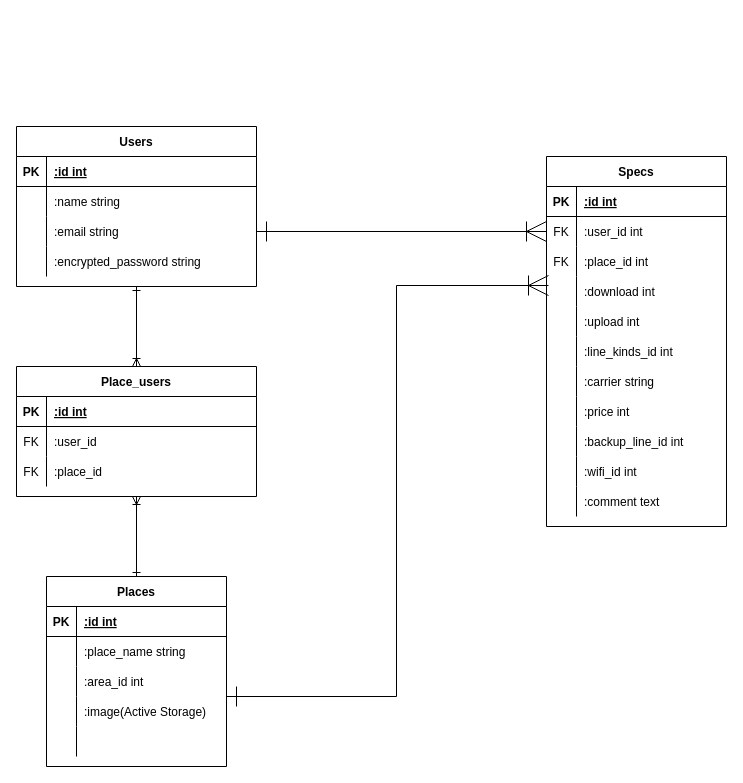
The draw.io diagram ER.dio in Kurikoko/evels-review, before the edit. Source tidied: cells renumbered, new cells numbered last; positions are measured from the earlier drawing's top-left corner, leaving out a move shared by most shapes. Both pictures are drawn from the tidied source at 100%, with x=0, y=0 at pixel (16, 126).
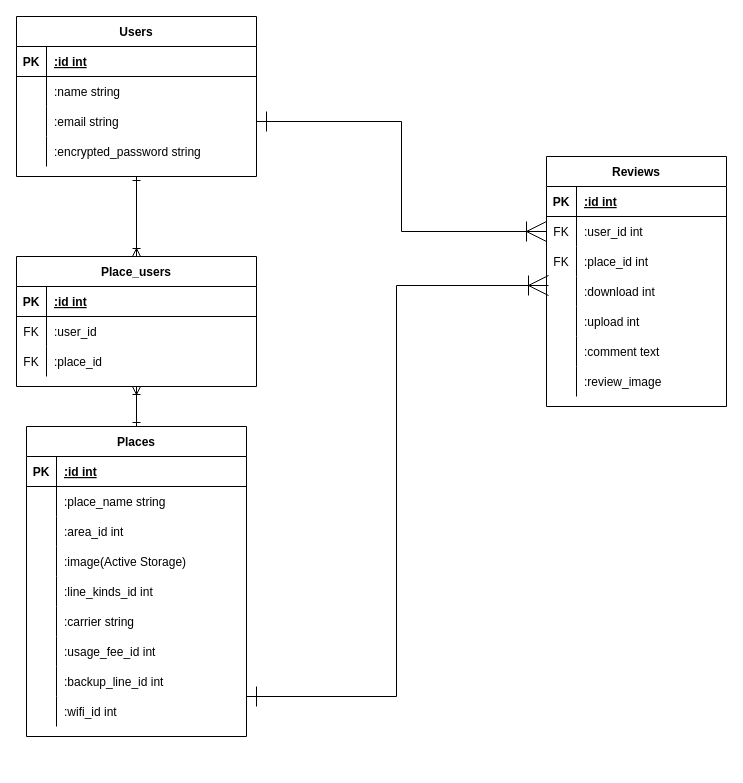
The same page after the edit.

The edit, as a diff of the source:
```diff
@@
     <mxCell id="2" value="Users" style="shape=table;startSize=30;childLayout=tableLayout;rowLines=0;fontStyle=1;align=center;" parent="1" vertex="1">
-      <mxGeometry width="240" height="160" as="geometry" />
+      <mxGeometry y="-110" width="240" height="160" as="geometry" />
     </mxCell>
@@
-    <mxCell id="15" value="Specs" style="shape=table;startSize=30;childLayout=tableLayout;rowLines=0;fontStyle=1;align=center;" parent="1" vertex="1">
-      <mxGeometry x="530" y="30" width="180" height="370" as="geometry" />
+    <mxCell id="15" value="Reviews" style="shape=table;startSize=30;childLayout=tableLayout;rowLines=0;fontStyle=1;align=center;" parent="1" vertex="1">
+      <mxGeometry x="530" y="30" width="180" height="250" as="geometry" />
     </mxCell>
@@
-    <mxCell id="31" style="shape=partialRectangle;fillColor=none;top=0;left=0;bottom=0;right=0;" parent="15" vertex="1">
-      <mxGeometry y="180" width="180" height="30" as="geometry" />
-    </mxCell>
-    <mxCell id="32" style="shape=partialRectangle;fillColor=none;top=0;left=0;bottom=0;right=0;overflow=hidden;" parent="31" vertex="1">
-      <mxGeometry width="30" height="30" as="geometry" />
-    </mxCell>
-    <mxCell id="33" value=":line_kinds_id int" style="shape=partialRectangle;fillColor=none;top=0;left=0;bottom=0;right=0;align=left;spacingLeft=6;overflow=hidden;" parent="31" vertex="1">
-      <mxGeometry x="30" width="150" height="30" as="geometry" />
-    </mxCell>
-    <mxCell id="34" style="shape=partialRectangle;fillColor=none;top=0;left=0;bottom=0;right=0;" parent="15" vertex="1">
-      <mxGeometry y="210" width="180" height="30" as="geometry" />
-    </mxCell>
-    <mxCell id="35" style="shape=partialRectangle;fillColor=none;top=0;left=0;bottom=0;right=0;overflow=hidden;" parent="34" vertex="1">
-      <mxGeometry width="30" height="30" as="geometry" />
-    </mxCell>
-    <mxCell id="36" value=":carrier string" style="shape=partialRectangle;fillColor=none;top=0;left=0;bottom=0;right=0;align=left;spacingLeft=6;overflow=hidden;" parent="34" vertex="1">
-      <mxGeometry x="30" width="150" height="30" as="geometry" />
-    </mxCell>
-    <mxCell id="37" style="shape=partialRectangle;fillColor=none;top=0;left=0;bottom=0;right=0;" parent="15" vertex="1">
-      <mxGeometry y="240" width="180" height="30" as="geometry" />
-    </mxCell>
-    <mxCell id="38" style="shape=partialRectangle;fillColor=none;top=0;left=0;bottom=0;right=0;overflow=hidden;" parent="37" vertex="1">
-      <mxGeometry width="30" height="30" as="geometry" />
-    </mxCell>
-    <mxCell id="39" value=":price int" style="shape=partialRectangle;fillColor=none;top=0;left=0;bottom=0;right=0;align=left;spacingLeft=6;overflow=hidden;" parent="37" vertex="1">
-      <mxGeometry x="30" width="150" height="30" as="geometry" />
-    </mxCell>
-    <mxCell id="40" style="shape=partialRectangle;fillColor=none;top=0;left=0;bottom=0;right=0;" parent="15" vertex="1">
-      <mxGeometry y="270" width="180" height="30" as="geometry" />
-    </mxCell>
-    <mxCell id="41" style="shape=partialRectangle;fillColor=none;top=0;left=0;bottom=0;right=0;overflow=hidden;" parent="40" vertex="1">
-      <mxGeometry width="30" height="30" as="geometry" />
-    </mxCell>
-    <mxCell id="42" value=":backup_line_id int" style="shape=partialRectangle;fillColor=none;top=0;left=0;bottom=0;right=0;align=left;spacingLeft=6;overflow=hidden;" parent="40" vertex="1">
-      <mxGeometry x="30" width="150" height="30" as="geometry" />
-    </mxCell>
-    <mxCell id="43" style="shape=partialRectangle;fillColor=none;top=0;left=0;bottom=0;right=0;" parent="15" vertex="1">
-      <mxGeometry y="300" width="180" height="30" as="geometry" />
-    </mxCell>
-    <mxCell id="44" style="shape=partialRectangle;fillColor=none;top=0;left=0;bottom=0;right=0;overflow=hidden;" parent="43" vertex="1">
-      <mxGeometry width="30" height="30" as="geometry" />
-    </mxCell>
-    <mxCell id="45" value=":wifi_id int" style="shape=partialRectangle;fillColor=none;top=0;left=0;bottom=0;right=0;align=left;spacingLeft=6;overflow=hidden;" parent="43" vertex="1">
-      <mxGeometry x="30" width="150" height="30" as="geometry" />
-    </mxCell>
     <mxCell id="46" style="shape=partialRectangle;fillColor=none;top=0;left=0;bottom=0;right=0;" parent="15" vertex="1">
-      <mxGeometry y="330" width="180" height="30" as="geometry" />
+      <mxGeometry y="180" width="180" height="30" as="geometry" />
     </mxCell>
@@
+    <mxCell id="34" style="shape=partialRectangle;fillColor=none;top=0;left=0;bottom=0;right=0;" parent="15" vertex="1">
+      <mxGeometry y="210" width="180" height="30" as="geometry" />
+    </mxCell>
+    <mxCell id="79" style="shape=partialRectangle;fillColor=none;top=0;left=0;bottom=0;right=0;overflow=hidden;" parent="34" vertex="1">
+      <mxGeometry width="30" height="30" as="geometry" />
+    </mxCell>
+    <mxCell id="80" value=":review_image" style="shape=partialRectangle;fillColor=none;top=0;left=0;bottom=0;right=0;align=left;spacingLeft=6;overflow=hidden;" parent="34" vertex="1">
+      <mxGeometry x="30" width="150" height="30" as="geometry" />
+    </mxCell>
@@
     <mxCell id="51" value="Places" style="shape=table;startSize=30;childLayout=tableLayout;rowLines=0;fontStyle=1;align=center;" parent="1" vertex="1">
-      <mxGeometry x="30" y="450" width="180" height="190" as="geometry" />
+      <mxGeometry x="10" y="300" width="220" height="310" as="geometry" />
     </mxCell>
     <mxCell id="52" style="shape=partialRectangle;fillColor=none;top=0;left=0;bottom=1;right=0;" parent="51" vertex="1">
-      <mxGeometry y="30" width="180" height="30" as="geometry" />
+      <mxGeometry y="30" width="220" height="30" as="geometry" />
     </mxCell>
@@
     <mxCell id="54" value=":id int" style="shape=partialRectangle;fillColor=none;top=0;left=0;bottom=0;right=0;align=left;spacingLeft=6;fontStyle=5;overflow=hidden;" parent="52" vertex="1">
-      <mxGeometry x="30" width="150" height="30" as="geometry" />
+      <mxGeometry x="30" width="190" height="30" as="geometry" />
     </mxCell>
     <mxCell id="55" style="shape=partialRectangle;fillColor=none;top=0;left=0;bottom=0;right=0;" parent="51" vertex="1">
-      <mxGeometry y="60" width="180" height="30" as="geometry" />
+      <mxGeometry y="60" width="220" height="30" as="geometry" />
     </mxCell>
@@
     <mxCell id="57" value=":place_name string" style="shape=partialRectangle;fillColor=none;top=0;left=0;bottom=0;right=0;align=left;spacingLeft=6;overflow=hidden;" parent="55" vertex="1">
-      <mxGeometry x="30" width="150" height="30" as="geometry" />
+      <mxGeometry x="30" width="190" height="30" as="geometry" />
     </mxCell>
     <mxCell id="58" style="shape=partialRectangle;fillColor=none;top=0;left=0;bottom=0;right=0;" parent="51" vertex="1">
-      <mxGeometry y="90" width="180" height="30" as="geometry" />
+      <mxGeometry y="90" width="220" height="30" as="geometry" />
     </mxCell>
@@
     <mxCell id="60" value=":area_id int " style="shape=partialRectangle;fillColor=none;top=0;left=0;bottom=0;right=0;align=left;spacingLeft=6;overflow=hidden;" parent="58" vertex="1">
-      <mxGeometry x="30" width="150" height="30" as="geometry" />
+      <mxGeometry x="30" width="190" height="30" as="geometry" />
     </mxCell>
     <mxCell id="61" style="shape=partialRectangle;fillColor=none;top=0;left=0;bottom=0;right=0;" parent="51" vertex="1">
-      <mxGeometry y="120" width="180" height="30" as="geometry" />
+      <mxGeometry y="120" width="220" height="30" as="geometry" />
     </mxCell>
@@
     <mxCell id="63" value=":image(Active Storage)" style="shape=partialRectangle;fillColor=none;top=0;left=0;bottom=0;right=0;align=left;spacingLeft=6;overflow=hidden;" parent="61" vertex="1">
-      <mxGeometry x="30" width="150" height="30" as="geometry" />
+      <mxGeometry x="30" width="190" height="30" as="geometry" />
     </mxCell>
     <mxCell id="64" style="shape=partialRectangle;fillColor=none;top=0;left=0;bottom=0;right=0;" parent="51" vertex="1">
-      <mxGeometry y="150" width="180" height="30" as="geometry" />
+      <mxGeometry y="150" width="220" height="30" as="geometry" />
     </mxCell>
@@
-    <mxCell id="66" style="shape=partialRectangle;fillColor=none;top=0;left=0;bottom=0;right=0;align=left;spacingLeft=6;overflow=hidden;" parent="64" vertex="1">
-      <mxGeometry x="30" width="150" height="30" as="geometry" />
+    <mxCell id="66" value=":line_kinds_id int" style="shape=partialRectangle;fillColor=none;top=0;left=0;bottom=0;right=0;align=left;spacingLeft=6;overflow=hidden;" parent="64" vertex="1">
+      <mxGeometry x="30" width="190" height="30" as="geometry" />
     </mxCell>
+    <mxCell id="81" style="shape=partialRectangle;fillColor=none;top=0;left=0;bottom=0;right=0;" parent="51" vertex="1">
+      <mxGeometry y="180" width="220" height="30" as="geometry" />
+    </mxCell>
+    <mxCell id="82" style="shape=partialRectangle;fillColor=none;top=0;left=0;bottom=0;right=0;overflow=hidden;" parent="81" vertex="1">
+      <mxGeometry width="30" height="30" as="geometry" />
+    </mxCell>
+    <mxCell id="36" value=":carrier string" style="shape=partialRectangle;fillColor=none;top=0;left=0;bottom=0;right=0;align=left;spacingLeft=6;overflow=hidden;" parent="81" vertex="1">
+      <mxGeometry x="30" width="190" height="30" as="geometry" />
+    </mxCell>
+    <mxCell id="83" style="shape=partialRectangle;fillColor=none;top=0;left=0;bottom=0;right=0;" parent="51" vertex="1">
+      <mxGeometry y="210" width="220" height="30" as="geometry" />
+    </mxCell>
+    <mxCell id="84" style="shape=partialRectangle;fillColor=none;top=0;left=0;bottom=0;right=0;overflow=hidden;" parent="83" vertex="1">
+      <mxGeometry width="30" height="30" as="geometry" />
+    </mxCell>
+    <mxCell id="85" value=":usage_fee_id int" style="shape=partialRectangle;fillColor=none;top=0;left=0;bottom=0;right=0;align=left;spacingLeft=6;overflow=hidden;" parent="83" vertex="1">
+      <mxGeometry x="30" width="190" height="30" as="geometry" />
+    </mxCell>
+    <mxCell id="86" style="shape=partialRectangle;fillColor=none;top=0;left=0;bottom=0;right=0;" parent="51" vertex="1">
+      <mxGeometry y="240" width="220" height="30" as="geometry" />
+    </mxCell>
+    <mxCell id="87" style="shape=partialRectangle;fillColor=none;top=0;left=0;bottom=0;right=0;overflow=hidden;" parent="86" vertex="1">
+      <mxGeometry width="30" height="30" as="geometry" />
+    </mxCell>
+    <mxCell id="42" value=":backup_line_id int" style="shape=partialRectangle;fillColor=none;top=0;left=0;bottom=0;right=0;align=left;spacingLeft=6;overflow=hidden;" parent="86" vertex="1">
+      <mxGeometry x="30" width="190" height="30" as="geometry" />
+    </mxCell>
+    <mxCell id="88" style="shape=partialRectangle;fillColor=none;top=0;left=0;bottom=0;right=0;" parent="51" vertex="1">
+      <mxGeometry y="270" width="220" height="30" as="geometry" />
+    </mxCell>
+    <mxCell id="89" style="shape=partialRectangle;fillColor=none;top=0;left=0;bottom=0;right=0;overflow=hidden;" parent="88" vertex="1">
+      <mxGeometry width="30" height="30" as="geometry" />
+    </mxCell>
+    <mxCell id="45" value=":wifi_id int" style="shape=partialRectangle;fillColor=none;top=0;left=0;bottom=0;right=0;align=left;spacingLeft=6;overflow=hidden;" parent="88" vertex="1">
+      <mxGeometry x="30" width="190" height="30" as="geometry" />
+    </mxCell>
@@
     <mxCell id="69" value="Place_users" style="shape=table;startSize=30;childLayout=tableLayout;rowLines=0;fontStyle=1;align=center;" parent="1" vertex="1">
-      <mxGeometry y="240" width="240" height="130" as="geometry" />
+      <mxGeometry y="130" width="240" height="130" as="geometry" />
     </mxCell>
```
